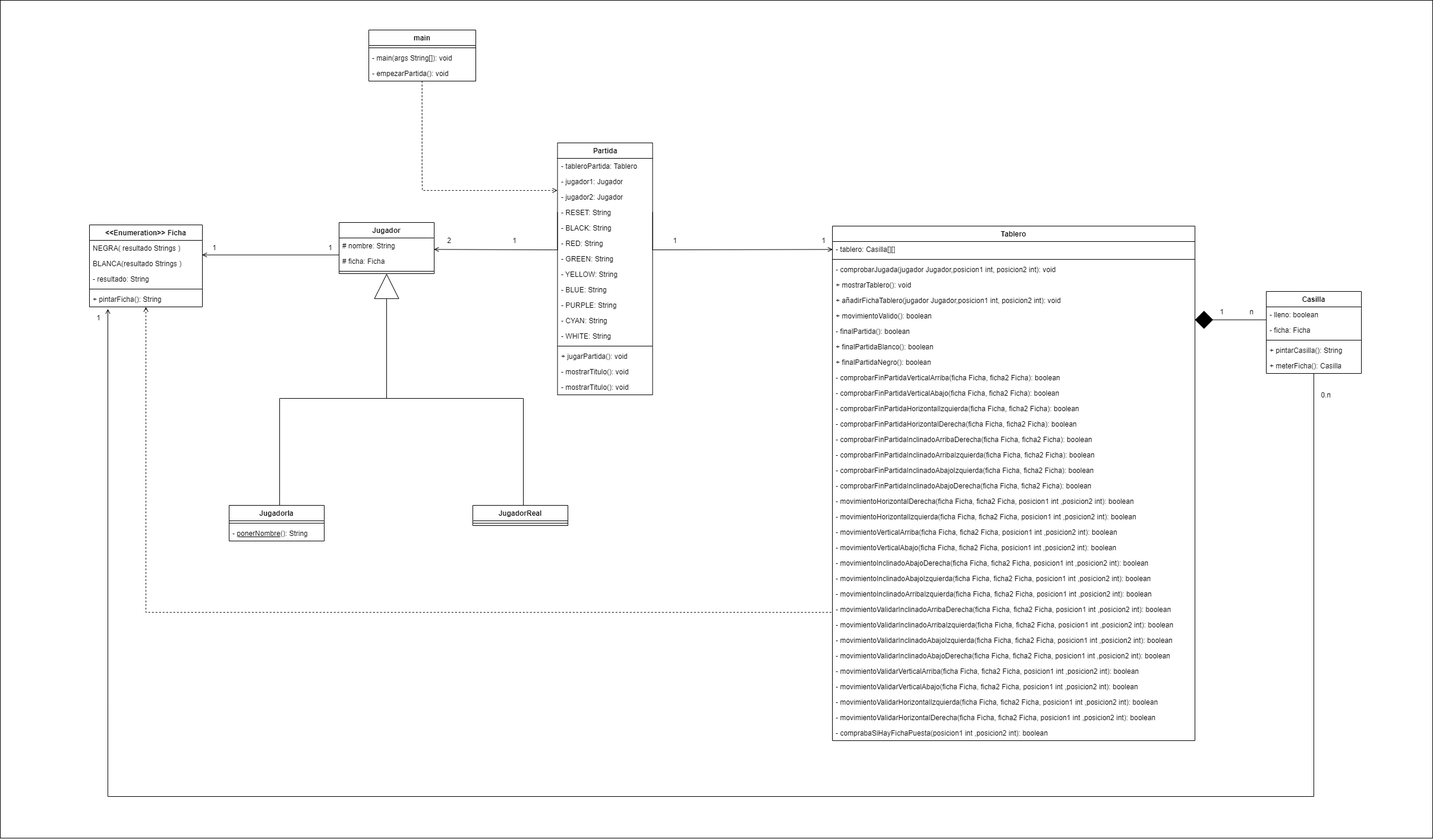
Before: diagramas/diagrama de clase juego.drawio.png, a diagram exported from draw.io (alexito8473/Go). Source tidied: cells renumbered, new cells last; positions are measured from the earlier drawing's top-left corner, leaving out a move shared by most shapes.
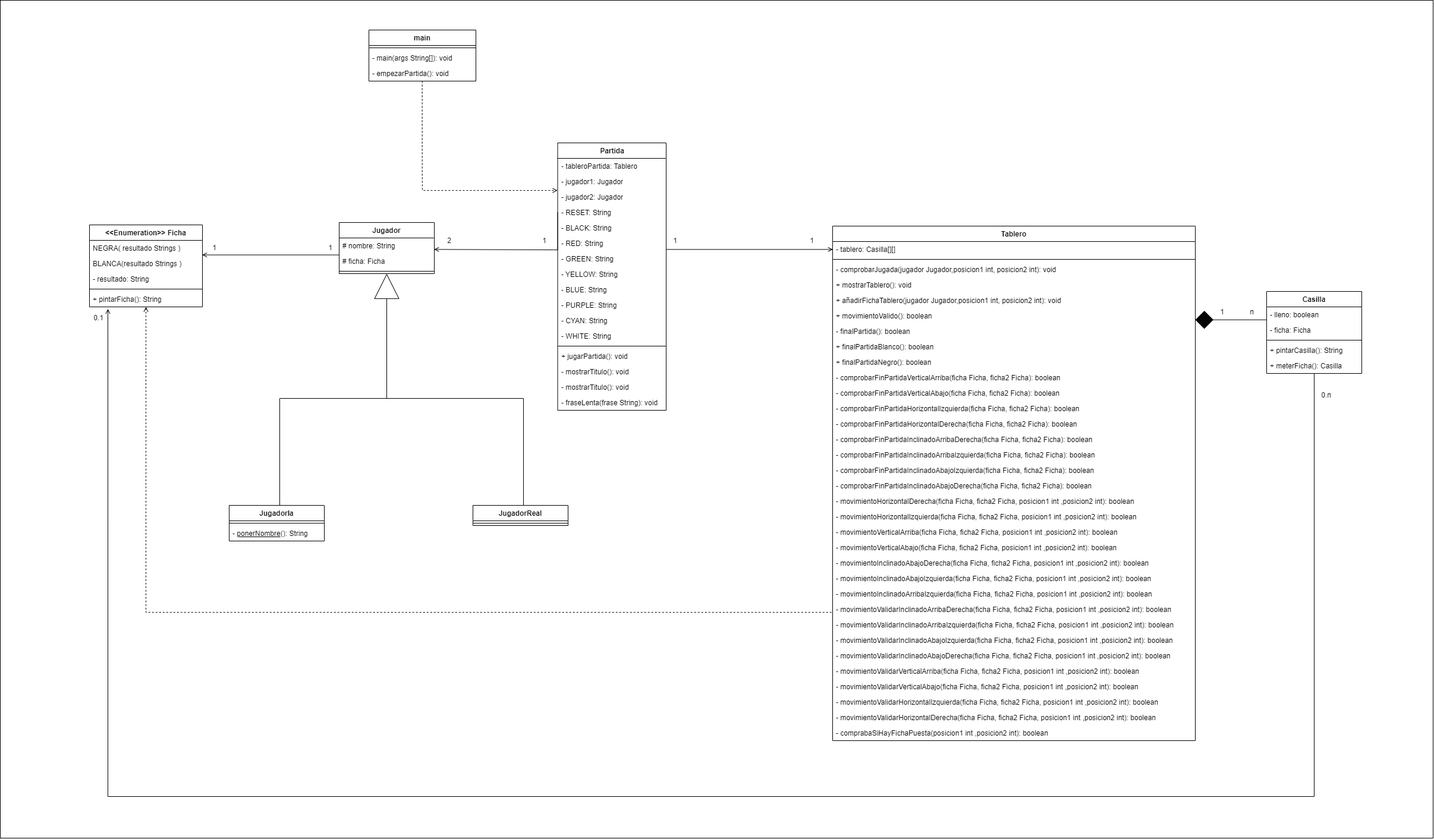
The same file after the commit.

The edit, as a diff of the source:
```diff
@@ -9,8 +9,7 @@
       <mxGeometry relative="1" as="geometry">
         <mxPoint x="1400.4" y="419.3" as="targetPoint" />
         <Array as="points">
-          <mxPoint x="1098" y="420" />
-          <mxPoint x="1100" y="420" />
+          <mxPoint x="1120" y="419" />
         </Array>
       </mxGeometry>
     </mxCell>
@@ -52,56 +51,59 @@
       </mxGeometry>
     </mxCell>
     <mxCell id="8" value="Partida" style="swimlane;fontStyle=1;align=center;verticalAlign=top;horizontal=1;startSize=26;whiteSpace=wrap;html=1;" parent="1" vertex="1">
-      <mxGeometry x="937.5" y="240" width="160" height="424" as="geometry" />
+      <mxGeometry x="937.5" y="240" width="182.5" height="450" as="geometry" />
     </mxCell>
     <mxCell id="9" value="- tableroPartida: Tablero" style="text;strokeColor=none;fillColor=none;align=left;verticalAlign=top;spacingLeft=4;spacingRight=4;overflow=hidden;whiteSpace=wrap;html=1;" parent="8" vertex="1">
-      <mxGeometry y="26" width="160" height="26" as="geometry" />
+      <mxGeometry y="26" width="182.5" height="26" as="geometry" />
     </mxCell>
     <mxCell id="10" value="- jugador1: Jugador" style="text;strokeColor=none;fillColor=none;align=left;verticalAlign=top;spacingLeft=4;spacingRight=4;overflow=hidden;whiteSpace=wrap;html=1;" parent="8" vertex="1">
-      <mxGeometry y="52" width="160" height="26" as="geometry" />
+      <mxGeometry y="52" width="182.5" height="26" as="geometry" />
     </mxCell>
     <mxCell id="11" value="- jugador2: Jugador" style="text;strokeColor=none;fillColor=none;align=left;verticalAlign=top;spacingLeft=4;spacingRight=4;overflow=hidden;points=[[0,0.5],[1,0.5]];portConstraint=eastwest;whiteSpace=wrap;html=1;" parent="8" vertex="1">
-      <mxGeometry y="78" width="160" height="26" as="geometry" />
+      <mxGeometry y="78" width="182.5" height="26" as="geometry" />
     </mxCell>
     <mxCell id="12" value="- RESET: String" style="text;strokeColor=none;fillColor=none;align=left;verticalAlign=top;spacingLeft=4;spacingRight=4;overflow=hidden;points=[[0,0.5],[1,0.5]];portConstraint=eastwest;whiteSpace=wrap;html=1;" parent="8" vertex="1">
-      <mxGeometry y="104" width="160" height="26" as="geometry" />
+      <mxGeometry y="104" width="182.5" height="26" as="geometry" />
     </mxCell>
     <mxCell id="13" value="- BLACK: String" style="text;strokeColor=none;fillColor=none;align=left;verticalAlign=top;spacingLeft=4;spacingRight=4;overflow=hidden;whiteSpace=wrap;html=1;" parent="8" vertex="1">
-      <mxGeometry y="130" width="160" height="26" as="geometry" />
+      <mxGeometry y="130" width="182.5" height="26" as="geometry" />
     </mxCell>
     <mxCell id="14" value="- RED: String" style="text;strokeColor=none;fillColor=none;align=left;verticalAlign=top;spacingLeft=4;spacingRight=4;overflow=hidden;whiteSpace=wrap;html=1;" parent="8" vertex="1">
-      <mxGeometry y="156" width="160" height="26" as="geometry" />
+      <mxGeometry y="156" width="182.5" height="26" as="geometry" />
     </mxCell>
     <mxCell id="15" value="- GREEN: String" style="text;strokeColor=none;fillColor=none;align=left;verticalAlign=top;spacingLeft=4;spacingRight=4;overflow=hidden;whiteSpace=wrap;html=1;" parent="8" vertex="1">
-      <mxGeometry y="182" width="160" height="26" as="geometry" />
+      <mxGeometry y="182" width="182.5" height="26" as="geometry" />
     </mxCell>
     <mxCell id="16" value="- YELLOW: String" style="text;strokeColor=none;fillColor=none;align=left;verticalAlign=top;spacingLeft=4;spacingRight=4;overflow=hidden;whiteSpace=wrap;html=1;" parent="8" vertex="1">
-      <mxGeometry y="208" width="160" height="26" as="geometry" />
+      <mxGeometry y="208" width="182.5" height="26" as="geometry" />
     </mxCell>
     <mxCell id="17" value="- BLUE: String" style="text;strokeColor=none;fillColor=none;align=left;verticalAlign=top;spacingLeft=4;spacingRight=4;overflow=hidden;whiteSpace=wrap;html=1;" parent="8" vertex="1">
-      <mxGeometry y="234" width="160" height="26" as="geometry" />
+      <mxGeometry y="234" width="182.5" height="26" as="geometry" />
     </mxCell>
     <mxCell id="18" value="- PURPLE: String" style="text;strokeColor=none;fillColor=none;align=left;verticalAlign=top;spacingLeft=4;spacingRight=4;overflow=hidden;whiteSpace=wrap;html=1;" parent="8" vertex="1">
-      <mxGeometry y="260" width="160" height="26" as="geometry" />
+      <mxGeometry y="260" width="182.5" height="26" as="geometry" />
     </mxCell>
     <mxCell id="19" value="- CYAN: String" style="text;strokeColor=none;fillColor=none;align=left;verticalAlign=top;spacingLeft=4;spacingRight=4;overflow=hidden;whiteSpace=wrap;html=1;" parent="8" vertex="1">
-      <mxGeometry y="286" width="160" height="26" as="geometry" />
+      <mxGeometry y="286" width="182.5" height="26" as="geometry" />
     </mxCell>
     <mxCell id="20" value="- WHITE: String" style="text;strokeColor=none;fillColor=none;align=left;verticalAlign=top;spacingLeft=4;spacingRight=4;overflow=hidden;whiteSpace=wrap;html=1;" parent="8" vertex="1">
-      <mxGeometry y="312" width="160" height="26" as="geometry" />
+      <mxGeometry y="312" width="182.5" height="26" as="geometry" />
     </mxCell>
     <mxCell id="21" style="line;strokeWidth=1;fillColor=none;align=left;verticalAlign=middle;spacingTop=-1;spacingLeft=3;spacingRight=3;labelPosition=right;strokeColor=inherit;" parent="8" vertex="1">
-      <mxGeometry y="338" width="160" height="8" as="geometry" />
+      <mxGeometry y="338" width="182.5" height="8" as="geometry" />
     </mxCell>
     <mxCell id="22" value="+ jugarPartida(): void" style="text;strokeColor=none;fillColor=none;align=left;verticalAlign=top;spacingLeft=4;spacingRight=4;overflow=hidden;whiteSpace=wrap;html=1;" parent="8" vertex="1">
-      <mxGeometry y="346" width="160" height="26" as="geometry" />
+      <mxGeometry y="346" width="182.5" height="26" as="geometry" />
     </mxCell>
     <mxCell id="23" value="- mostrarTitulo(): void" style="text;strokeColor=none;fillColor=none;align=left;verticalAlign=top;spacingLeft=4;spacingRight=4;overflow=hidden;whiteSpace=wrap;html=1;" parent="8" vertex="1">
-      <mxGeometry y="372" width="160" height="26" as="geometry" />
+      <mxGeometry y="372" width="182.5" height="26" as="geometry" />
     </mxCell>
     <mxCell id="24" value="- mostrarTitulo(): void" style="text;strokeColor=none;fillColor=none;align=left;verticalAlign=top;spacingLeft=4;spacingRight=4;overflow=hidden;whiteSpace=wrap;html=1;" parent="8" vertex="1">
-      <mxGeometry y="398" width="160" height="26" as="geometry" />
+      <mxGeometry y="398" width="182.5" height="26" as="geometry" />
     </mxCell>
+    <mxCell id="98" value="- fraseLenta(frase String): void" style="text;strokeColor=none;fillColor=none;align=left;verticalAlign=top;spacingLeft=4;spacingRight=4;overflow=hidden;whiteSpace=wrap;html=1;" parent="8" vertex="1">
+      <mxGeometry y="424" width="182.5" height="26" as="geometry" />
+    </mxCell>
     <mxCell id="25" style="edgeStyle=orthogonalEdgeStyle;rounded=0;jettySize=auto;html=1;entryX=0.998;entryY=0.944;entryDx=0;entryDy=0;entryPerimeter=0;endArrow=open;endFill=0;" parent="1" edge="1" source="26" target="76">
       <mxGeometry relative="1" as="geometry">
         <Array as="points">
@@ -317,8 +319,8 @@
     <mxCell id="89" value="1" style="text;html=1;align=center;verticalAlign=middle;strokeColor=none;fillColor=none;" parent="1" vertex="1">
       <mxGeometry x="2040" y="510" width="30" height="30" as="geometry" />
     </mxCell>
-    <mxCell id="90" value="1" style="text;html=1;align=center;verticalAlign=middle;strokeColor=none;fillColor=none;" parent="1" vertex="1">
-      <mxGeometry x="150" y="520" width="30" height="30" as="geometry" />
+    <mxCell id="90" value="0.1" style="text;html=1;align=center;verticalAlign=middle;strokeColor=none;fillColor=none;" parent="1" vertex="1">
+      <mxGeometry x="145" y="520" width="40" height="30" as="geometry" />
     </mxCell>
     <mxCell id="91" value="0.n" style="text;html=1;align=center;verticalAlign=middle;strokeColor=none;fillColor=none;" parent="1" vertex="1">
       <mxGeometry x="2210" y="650" width="40" height="30" as="geometry" />
@@ -327,10 +329,10 @@
       <mxGeometry x="1120" y="390" width="30" height="30" as="geometry" />
     </mxCell>
     <mxCell id="93" value="1" style="text;html=1;align=center;verticalAlign=middle;strokeColor=none;fillColor=none;" parent="1" vertex="1">
-      <mxGeometry x="1370" y="390" width="30" height="30" as="geometry" />
+      <mxGeometry x="1350" y="390" width="30" height="30" as="geometry" />
     </mxCell>
     <mxCell id="94" value="1" style="text;html=1;align=center;verticalAlign=middle;strokeColor=none;fillColor=none;" parent="1" vertex="1">
-      <mxGeometry x="850" y="390" width="30" height="30" as="geometry" />
+      <mxGeometry x="900" y="390" width="30" height="30" as="geometry" />
     </mxCell>
     <mxCell id="95" value="2" style="text;html=1;align=center;verticalAlign=middle;strokeColor=none;fillColor=none;" parent="1" vertex="1">
       <mxGeometry x="740" y="390" width="30" height="30" as="geometry" />
```
